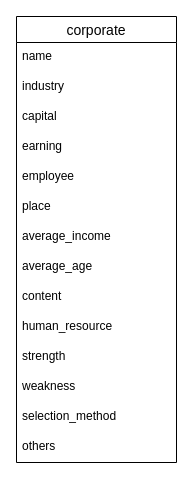
The draw.io diagram ER.dio in tamagokakepiza/recruit_app, before the edit. Source tidied: cells renumbered, new cells numbered last; positions are measured from the earlier drawing's top-left corner, leaving out a move shared by most shapes. Both pictures are drawn from the tidied source at 100%, with x=0, y=0 at pixel (16, 16).
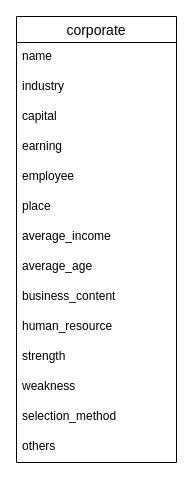
Above is the later version.

Diff of the diagram source:
```diff
@@
 <mxGraphModel>
   <root>
     <mxCell id="0" />
     <mxCell id="1" parent="0" />
     <mxCell id="2" value="corporate" style="swimlane;fontStyle=0;horizontal=1;startSize=26;align=center;fontSize=14;" parent="1" vertex="1">
       <mxGeometry width="160" height="446" as="geometry" />
     </mxCell>
     <mxCell id="3" value="name" style="text;strokeColor=none;fillColor=none;spacingLeft=4;spacingRight=4;overflow=hidden;fontSize=12;" parent="2" vertex="1">
       <mxGeometry y="26" width="160" height="30" as="geometry" />
     </mxCell>
     <mxCell id="4" value="industry" style="text;strokeColor=none;fillColor=none;spacingLeft=4;spacingRight=4;overflow=hidden;fontSize=12;" parent="2" vertex="1">
       <mxGeometry y="56" width="160" height="30" as="geometry" />
     </mxCell>
     <mxCell id="5" value="capital" style="text;strokeColor=none;fillColor=none;spacingLeft=4;spacingRight=4;overflow=hidden;fontSize=12;" parent="2" vertex="1">
       <mxGeometry y="86" width="160" height="30" as="geometry" />
     </mxCell>
     <mxCell id="6" value="earning" style="text;strokeColor=none;fillColor=none;spacingLeft=4;spacingRight=4;overflow=hidden;fontSize=12;" parent="2" vertex="1">
       <mxGeometry y="116" width="160" height="30" as="geometry" />
     </mxCell>
     <mxCell id="7" value="employee" style="text;strokeColor=none;fillColor=none;spacingLeft=4;spacingRight=4;overflow=hidden;fontSize=12;" parent="2" vertex="1">
       <mxGeometry y="146" width="160" height="30" as="geometry" />
     </mxCell>
     <mxCell id="8" value="place" style="text;strokeColor=none;fillColor=none;spacingLeft=4;spacingRight=4;overflow=hidden;fontSize=12;" parent="2" vertex="1">
       <mxGeometry y="176" width="160" height="30" as="geometry" />
     </mxCell>
     <mxCell id="9" value="average_income" style="text;strokeColor=none;fillColor=none;spacingLeft=4;spacingRight=4;overflow=hidden;fontSize=12;" parent="2" vertex="1">
       <mxGeometry y="206" width="160" height="30" as="geometry" />
     </mxCell>
     <mxCell id="10" value="average_age" style="text;strokeColor=none;fillColor=none;spacingLeft=4;spacingRight=4;overflow=hidden;fontSize=12;" parent="2" vertex="1">
       <mxGeometry y="236" width="160" height="30" as="geometry" />
     </mxCell>
-    <mxCell id="11" value="content" style="text;strokeColor=none;fillColor=none;spacingLeft=4;spacingRight=4;overflow=hidden;fontSize=12;" parent="2" vertex="1">
+    <mxCell id="11" value="business_content" style="text;strokeColor=none;fillColor=none;spacingLeft=4;spacingRight=4;overflow=hidden;fontSize=12;" parent="2" vertex="1">
       <mxGeometry y="266" width="160" height="30" as="geometry" />
     </mxCell>
     <mxCell id="12" value="human_resource" style="text;strokeColor=none;fillColor=none;spacingLeft=4;spacingRight=4;overflow=hidden;fontSize=12;" parent="2" vertex="1">
       <mxGeometry y="296" width="160" height="30" as="geometry" />
     </mxCell>
     <mxCell id="13" value="strength" style="text;strokeColor=none;fillColor=none;spacingLeft=4;spacingRight=4;overflow=hidden;fontSize=12;" parent="2" vertex="1">
       <mxGeometry y="326" width="160" height="30" as="geometry" />
     </mxCell>
     <mxCell id="14" value="weakness" style="text;strokeColor=none;fillColor=none;spacingLeft=4;spacingRight=4;overflow=hidden;fontSize=12;" parent="2" vertex="1">
       <mxGeometry y="356" width="160" height="30" as="geometry" />
     </mxCell>
     <mxCell id="15" value="selection_method" style="text;strokeColor=none;fillColor=none;spacingLeft=4;spacingRight=4;overflow=hidden;fontSize=12;" parent="2" vertex="1">
       <mxGeometry y="386" width="160" height="30" as="geometry" />
     </mxCell>
     <mxCell id="16" value="others" style="text;strokeColor=none;fillColor=none;spacingLeft=4;spacingRight=4;overflow=hidden;fontSize=12;" parent="2" vertex="1">
       <mxGeometry y="416" width="160" height="30" as="geometry" />
     </mxCell>
   </root>
 </mxGraphModel>
```
